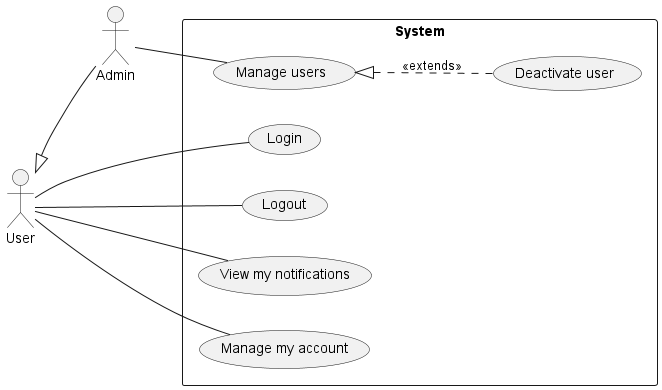
The PlantUML diagram use-cases/Admin.png in phihungha/scmss-reqs, before a commit.
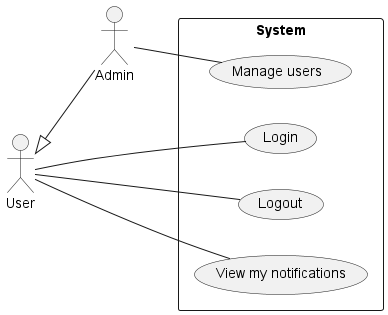
Above is the later version.

Change to the diagram source:
```diff
@@ -9,9 +9,7 @@
     u -- (Login)
     u -- (Logout)
     u -- (View my notifications)
-    u -- (Manage my account)
 
     ad -- (Manage users)
-    (Manage users) <|.. (Deactivate user) : <<extends>>
 }
 @enduml
```
